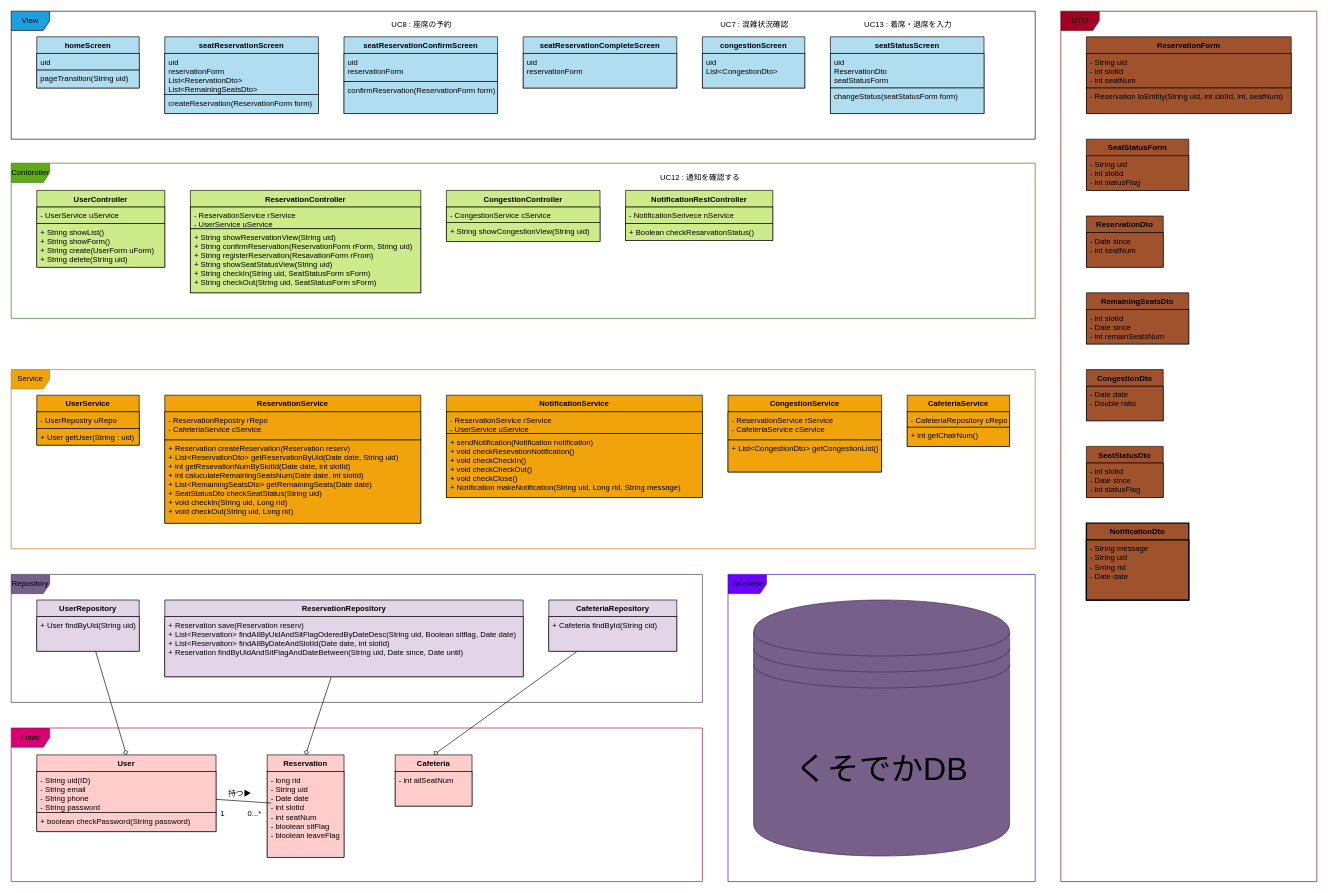
Earlier version of the draw.io diagram CaptainLunch/design/drawio/class_ing.drawio (10matcho27/Avengers). Source tidied: cells renumbered, new cells numbered last; positions are measured from the earlier drawing's top-left corner, leaving out a move shared by most shapes. Both pictures are drawn from the tidied source at 64%, with x=0, y=0 at pixel (11, 11).
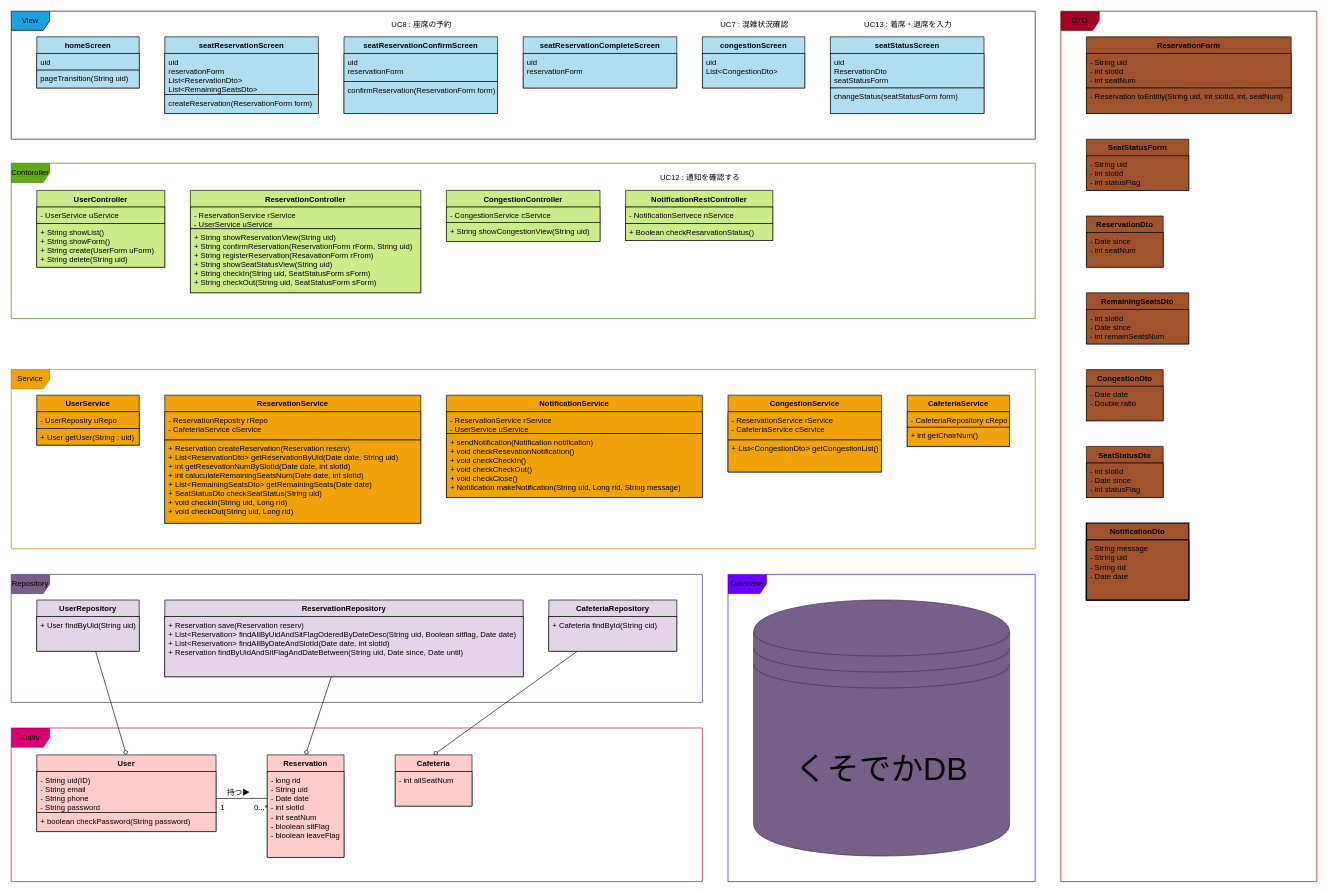
The same diagram, later.

Commit message:
work_ingのclass図をwork_takamatsuのclass_ing.drawioで変更

The change refers to these unchanged cells:
```xml
<mxCell id="74" value="User" style="swimlane;fontStyle=1;align=center;verticalAlign=top;horizontal=1;startSize=26;strokeColor=#000000;fillColor=#ffcccc;strokeWidth=1;fontColor=#000000;" parent="1" vertex="1">
  <mxGeometry x="40" y="1162" width="280" height="120" as="geometry" />
</mxCell>
<mxCell id="75" value="- String uid(ID)&lt;br&gt;- String email&lt;br&gt;- String phone&lt;br&gt;- String password" style="text;strokeColor=#000000;fillColor=#ffcccc;align=left;verticalAlign=top;spacingLeft=4;spacingRight=4;overflow=hidden;points=[[0,0.5],[1,0.5]];portConstraint=eastwest;html=1;strokeWidth=1;fontColor=#000000;" parent="74" vertex="1">
  <mxGeometry y="26" width="280" height="64" as="geometry" />
</mxCell>
<mxCell id="78" value="- long rid&lt;br&gt;- String uid&lt;br&gt;- Date date&amp;nbsp;&lt;br&gt;- int slotId&lt;br&gt;- int seatNum&lt;br&gt;- bloolean sitFlag&lt;br&gt;- bloolean leaveFlag" style="text;strokeColor=#000000;fillColor=#ffcccc;align=left;verticalAlign=top;spacingLeft=4;spacingRight=4;overflow=hidden;points=[[0,0.5],[1,0.5]];portConstraint=eastwest;html=1;strokeWidth=1;fontColor=#000000;" parent="77" vertex="1">
  <mxGeometry y="26" width="120" height="134" as="geometry" />
</mxCell>
```

What changed in the source:
```diff
@@
-    <mxCell id="83" style="edgeStyle=none;html=1;fontFamily=Helvetica;fontSize=12;fontColor=#000000;endArrow=none;endFill=0;strokeColor=#000000;" parent="1" edge="1" source="74">
-      <mxGeometry relative="1" as="geometry">
-        <mxPoint x="406" y="1237.3" as="targetPoint" />
-      </mxGeometry>
+    <mxCell id="83" style="edgeStyle=none;html=1;fontFamily=Helvetica;fontSize=12;fontColor=#000000;endArrow=none;endFill=0;strokeColor=#000000;entryX=-0.002;entryY=0.313;entryDx=0;entryDy=0;entryPerimeter=0;exitX=1.002;exitY=0.658;exitDx=0;exitDy=0;exitPerimeter=0;" parent="1" edge="1" source="75" target="78">
+      <mxGeometry relative="1" as="geometry" />
     </mxCell>
@@
     <mxCell id="85" value="1" style="edgeLabel;html=1;align=center;verticalAlign=middle;fontSize=12;fontFamily=Helvetica;fontColor=#000000;labelBackgroundColor=none;" parent="1" vertex="1">
-      <mxGeometry x="350" y="1240" as="geometry">
+      <mxGeometry x="350" y="1230" as="geometry">
         <mxPoint x="-21" y="13" as="offset" />
       </mxGeometry>
     </mxCell>
     <mxCell id="86" value="0...*" style="edgeLabel;html=1;align=center;verticalAlign=middle;fontSize=12;fontFamily=Helvetica;fontColor=#000000;labelBackgroundColor=none;" parent="1" vertex="1">
-      <mxGeometry x="400" y="1240" as="geometry">
+      <mxGeometry x="410" y="1230" as="geometry">
         <mxPoint x="-21" y="13" as="offset" />
       </mxGeometry>
     </mxCell>
```
